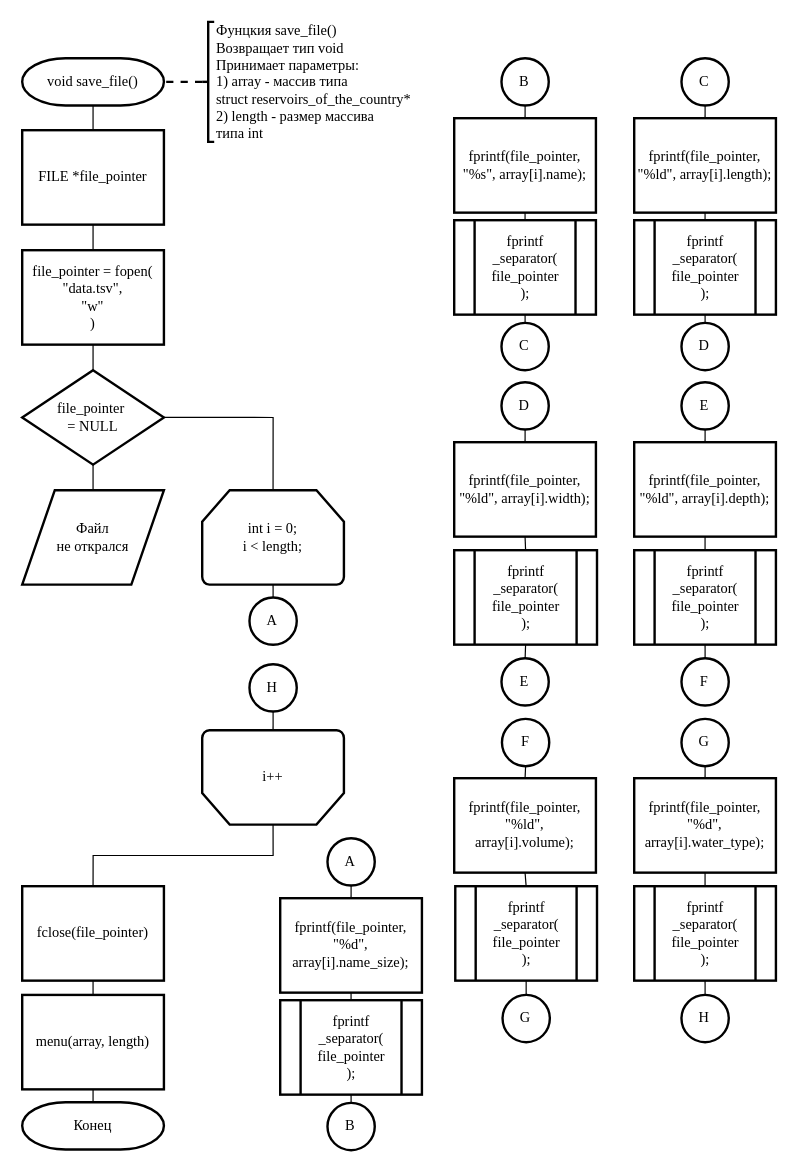
Earlier version of the draw.io diagram src/app/menu/save_file/save_file.drawio (BrSTU-PO4-190333/2sem_coursework). Source tidied: cells renumbered, new cells numbered last; positions are measured from the earlier drawing's top-left corner, leaving out a move shared by most shapes. Both pictures are drawn from the tidied source at 120%, with x=0, y=0 at pixel (22, 22).
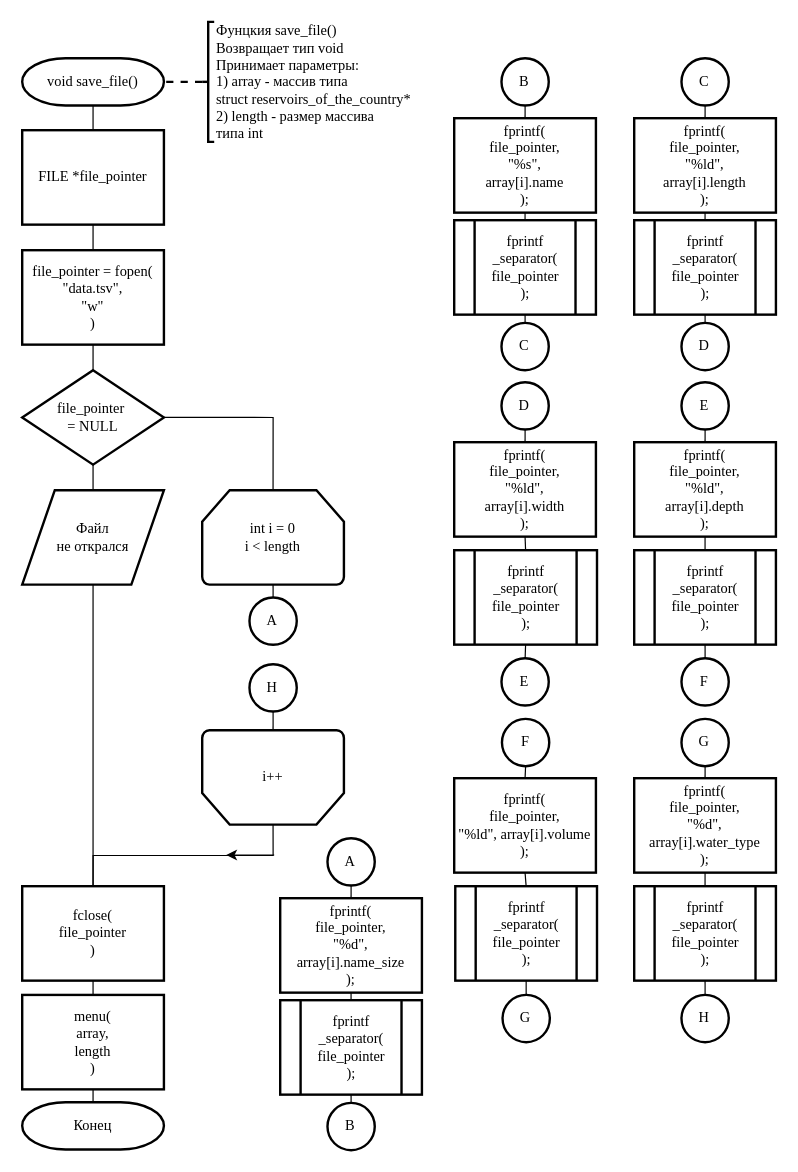
The same diagram, later.

Unchanged cells that the change refers to:
```xml
<mxCell id="11" value="Файл&lt;br&gt;не открался" style="shape=parallelogram;html=1;strokeWidth=2;perimeter=parallelogramPerimeter;whiteSpace=wrap;rounded=0;arcSize=12;size=0.23;fontFamily=Times New Roman;" parent="1" vertex="1">
  <mxGeometry y="390" width="118.1" height="78.7" as="geometry" />
</mxCell>
```

The edit, as a diff of the source:
```diff
@@
+    <mxCell id="75" style="edgeStyle=orthogonalEdgeStyle;rounded=0;jettySize=auto;html=1;exitX=0.5;exitY=1;exitDx=0;exitDy=0;entryX=0.5;entryY=0;entryDx=0;entryDy=0;endArrow=none;endFill=0;" parent="1" edge="1" source="11" target="69">
+      <mxGeometry relative="1" as="geometry" />
+    </mxCell>
@@
-    <mxCell id="13" value="int i = 0;&lt;br&gt;i &amp;lt; length;" style="strokeWidth=2;html=1;shape=mxgraph.flowchart.loop_limit;whiteSpace=wrap;rounded=0;fontFamily=Times New Roman;" parent="1" vertex="1">
+    <mxCell id="13" value="int i = 0&lt;br&gt;i &amp;lt; length" style="strokeWidth=2;html=1;shape=mxgraph.flowchart.loop_limit;whiteSpace=wrap;rounded=0;fontFamily=Times New Roman;" parent="1" vertex="1">
       <mxGeometry x="150" y="390" width="118.1" height="78.7" as="geometry" />
     </mxCell>
@@
-    <mxCell id="17" value="fprintf(file_pointer, &quot;%s&quot;, array[i].name);" style="rounded=0;whiteSpace=wrap;html=1;absoluteArcSize=1;arcSize=14;strokeWidth=2;fontFamily=Times New Roman;" parent="1" vertex="1">
+    <mxCell id="17" value="fprintf(&lt;br&gt;file_pointer,&lt;br&gt;&quot;%s&quot;,&lt;br&gt;array[i].name&lt;br&gt;);" style="rounded=0;whiteSpace=wrap;html=1;absoluteArcSize=1;arcSize=14;strokeWidth=2;fontFamily=Times New Roman;" parent="1" vertex="1">
       <mxGeometry x="360" y="80" width="118.1" height="78.7" as="geometry" />
     </mxCell>
@@
-    <mxCell id="24" value="fprintf(file_pointer, &quot;%ld&quot;, array[i].length);" style="rounded=0;whiteSpace=wrap;html=1;absoluteArcSize=1;arcSize=14;strokeWidth=2;fontFamily=Times New Roman;" parent="1" vertex="1">
+    <mxCell id="24" value="fprintf(&lt;br&gt;file_pointer,&lt;br&gt;&quot;%ld&quot;,&lt;br&gt;array[i].length&lt;br&gt;);" style="rounded=0;whiteSpace=wrap;html=1;absoluteArcSize=1;arcSize=14;strokeWidth=2;fontFamily=Times New Roman;" parent="1" vertex="1">
       <mxGeometry x="510" y="80" width="118.1" height="78.7" as="geometry" />
     </mxCell>
@@
-    <mxCell id="31" value="fprintf(file_pointer, &quot;%ld&quot;, array[i].width);" style="rounded=0;whiteSpace=wrap;html=1;absoluteArcSize=1;arcSize=14;strokeWidth=2;fontFamily=Times New Roman;" parent="1" vertex="1">
+    <mxCell id="31" value="fprintf(&lt;br&gt;file_pointer,&lt;br&gt;&quot;%ld&quot;,&lt;br&gt;array[i].width&lt;br&gt;);" style="rounded=0;whiteSpace=wrap;html=1;absoluteArcSize=1;arcSize=14;strokeWidth=2;fontFamily=Times New Roman;" parent="1" vertex="1">
       <mxGeometry x="360" y="350" width="118.1" height="78.7" as="geometry" />
     </mxCell>
@@
-    <mxCell id="38" value="fprintf(file_pointer, &quot;%ld&quot;, array[i].depth);" style="rounded=0;whiteSpace=wrap;html=1;absoluteArcSize=1;arcSize=14;strokeWidth=2;fontFamily=Times New Roman;" parent="1" vertex="1">
+    <mxCell id="38" value="fprintf(&lt;br&gt;file_pointer,&lt;br&gt;&quot;%ld&quot;,&lt;br&gt;array[i].depth&lt;br&gt;);" style="rounded=0;whiteSpace=wrap;html=1;absoluteArcSize=1;arcSize=14;strokeWidth=2;fontFamily=Times New Roman;" parent="1" vertex="1">
       <mxGeometry x="510" y="350" width="118.1" height="78.7" as="geometry" />
     </mxCell>
@@
-    <mxCell id="45" value="fprintf(file_pointer, &quot;%ld&quot;, array[i].volume);" style="rounded=0;whiteSpace=wrap;html=1;absoluteArcSize=1;arcSize=14;strokeWidth=2;fontFamily=Times New Roman;" parent="1" vertex="1">
+    <mxCell id="45" value="fprintf(&lt;br&gt;file_pointer,&lt;br&gt;&quot;%ld&quot;, array[i].volume&lt;br&gt;);" style="rounded=0;whiteSpace=wrap;html=1;absoluteArcSize=1;arcSize=14;strokeWidth=2;fontFamily=Times New Roman;" parent="1" vertex="1">
       <mxGeometry x="360" y="630" width="118.1" height="78.7" as="geometry" />
     </mxCell>
@@
-    <mxCell id="52" value="fprintf(file_pointer, &quot;%d&quot;, array[i].water_type);" style="rounded=0;whiteSpace=wrap;html=1;absoluteArcSize=1;arcSize=14;strokeWidth=2;fontFamily=Times New Roman;" parent="1" vertex="1">
+    <mxCell id="52" value="fprintf(&lt;br&gt;file_pointer,&lt;br&gt;&quot;%d&quot;, array[i].water_type&lt;br&gt;);" style="rounded=0;whiteSpace=wrap;html=1;absoluteArcSize=1;arcSize=14;strokeWidth=2;fontFamily=Times New Roman;" parent="1" vertex="1">
       <mxGeometry x="510" y="630" width="118.1" height="78.7" as="geometry" />
     </mxCell>
@@
-    <mxCell id="59" value="fprintf(file_pointer, &quot;%d&quot;, array[i].name_size);" style="rounded=0;whiteSpace=wrap;html=1;absoluteArcSize=1;arcSize=14;strokeWidth=2;fontFamily=Times New Roman;" parent="1" vertex="1">
+    <mxCell id="59" value="fprintf(&lt;br&gt;file_pointer,&lt;br&gt;&quot;%d&quot;, array[i].name_size&lt;br&gt;);" style="rounded=0;whiteSpace=wrap;html=1;absoluteArcSize=1;arcSize=14;strokeWidth=2;fontFamily=Times New Roman;" parent="1" vertex="1">
       <mxGeometry x="215" y="730" width="118.1" height="78.7" as="geometry" />
     </mxCell>
@@
-    <mxCell id="69" value="fclose(file_pointer)" style="rounded=0;whiteSpace=wrap;html=1;absoluteArcSize=1;arcSize=14;strokeWidth=2;fontFamily=Times New Roman;" parent="1" vertex="1">
+    <mxCell id="69" value="fclose(&lt;br&gt;file_pointer&lt;br&gt;)" style="rounded=0;whiteSpace=wrap;html=1;absoluteArcSize=1;arcSize=14;strokeWidth=2;fontFamily=Times New Roman;" parent="1" vertex="1">
       <mxGeometry y="720" width="118.1" height="78.7" as="geometry" />
     </mxCell>
@@
-    <mxCell id="71" value="menu(array, length)" style="rounded=0;whiteSpace=wrap;html=1;absoluteArcSize=1;arcSize=14;strokeWidth=2;fontFamily=Times New Roman;" parent="1" vertex="1">
+    <mxCell id="71" value="menu(&lt;br&gt;array,&lt;br&gt;length&lt;br&gt;)" style="rounded=0;whiteSpace=wrap;html=1;absoluteArcSize=1;arcSize=14;strokeWidth=2;fontFamily=Times New Roman;" parent="1" vertex="1">
       <mxGeometry y="810.6" width="118.1" height="78.7" as="geometry" />
     </mxCell>
@@
+    <mxCell id="76" style="endArrow=classic;html=1;" parent="1" edge="1">
+      <mxGeometry relative="1" as="geometry">
+        <mxPoint x="210" y="694" as="sourcePoint" />
+        <mxPoint x="170" y="694" as="targetPoint" />
+      </mxGeometry>
+    </mxCell>
```
